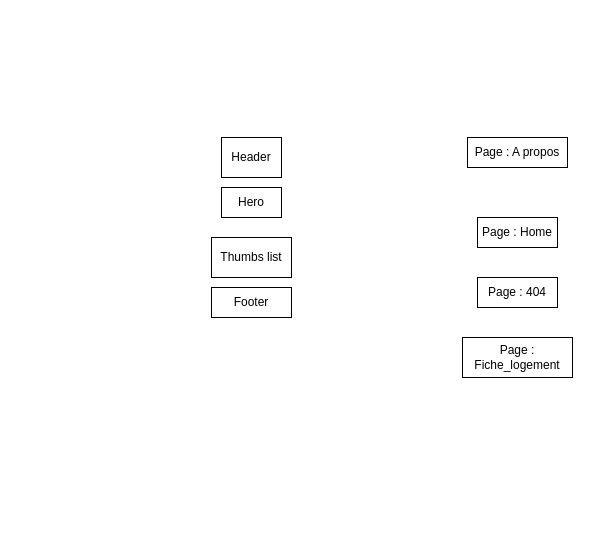
Earlier version of the draw.io diagram Diagramme.drawio (Willy-tec/WastiauxWilliam_11_24-07-2021). Source tidied: cells renumbered, new cells numbered last; positions are measured from the earlier drawing's top-left corner, leaving out a move shared by most shapes. Both pictures are drawn from the tidied source at 100%, with x=0, y=0 at pixel (211, 137).
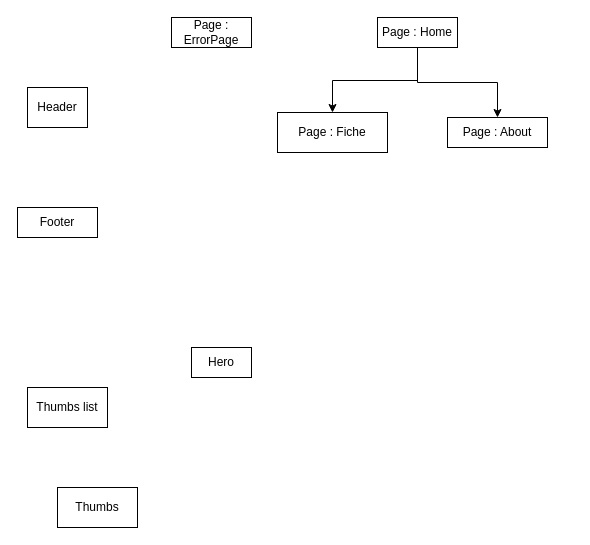
After the change.

The edit, as a diff of the source:
```diff
@@
 <mxGraphModel>
   <root>
     <mxCell id="0" />
     <mxCell id="1" parent="0" />
     <mxCell id="2" value="Header" style="rounded=0;whiteSpace=wrap;html=1;" parent="1" vertex="1">
-      <mxGeometry x="10" width="60" height="40" as="geometry" />
+      <mxGeometry x="-184" y="-50" width="60" height="40" as="geometry" />
     </mxCell>
     <mxCell id="3" value="Hero" style="rounded=0;whiteSpace=wrap;html=1;" parent="1" vertex="1">
-      <mxGeometry x="10" y="50" width="60" height="30" as="geometry" />
+      <mxGeometry x="-20" y="210" width="60" height="30" as="geometry" />
     </mxCell>
     <mxCell id="4" value="Thumbs list" style="rounded=0;whiteSpace=wrap;html=1;" parent="1" vertex="1">
-      <mxGeometry y="100" width="80" height="40" as="geometry" />
+      <mxGeometry x="-184" y="250" width="80" height="40" as="geometry" />
     </mxCell>
     <mxCell id="5" value="Footer" style="rounded=0;whiteSpace=wrap;html=1;" parent="1" vertex="1">
-      <mxGeometry y="150" width="80" height="30" as="geometry" />
+      <mxGeometry x="-194" y="70" width="80" height="30" as="geometry" />
     </mxCell>
-    <mxCell id="6" value="Page : A propos" style="rounded=0;whiteSpace=wrap;html=1;" parent="1" vertex="1">
-      <mxGeometry x="256" width="100" height="30" as="geometry" />
+    <mxCell id="6" value="Page : About" style="rounded=0;whiteSpace=wrap;html=1;" parent="1" vertex="1">
+      <mxGeometry x="236" y="-20" width="100" height="30" as="geometry" />
     </mxCell>
+    <mxCell id="10" style="edgeStyle=orthogonalEdgeStyle;rounded=0;jettySize=auto;html=1;entryX=0.5;entryY=0;entryDx=0;entryDy=0;" parent="1" edge="1" source="7" target="9">
+      <mxGeometry relative="1" as="geometry">
+        <Array as="points">
+          <mxPoint x="206" y="-57" />
+          <mxPoint x="121" y="-57" />
+        </Array>
+      </mxGeometry>
+    </mxCell>
+    <mxCell id="11" style="edgeStyle=orthogonalEdgeStyle;rounded=0;jettySize=auto;html=1;entryX=0.5;entryY=0;entryDx=0;entryDy=0;" parent="1" edge="1" source="7" target="6">
+      <mxGeometry relative="1" as="geometry">
+        <Array as="points">
+          <mxPoint x="206" y="-55" />
+          <mxPoint x="286" y="-55" />
+        </Array>
+      </mxGeometry>
+    </mxCell>
     <mxCell id="7" value="Page : Home" style="rounded=0;whiteSpace=wrap;html=1;" parent="1" vertex="1">
-      <mxGeometry x="266" y="80" width="80" height="30" as="geometry" />
+      <mxGeometry x="166" y="-120" width="80" height="30" as="geometry" />
     </mxCell>
-    <mxCell id="8" value="Page : 404" style="rounded=0;whiteSpace=wrap;html=1;" parent="1" vertex="1">
-      <mxGeometry x="266" y="140" width="80" height="30" as="geometry" />
+    <mxCell id="8" value="Page : ErrorPage" style="rounded=0;whiteSpace=wrap;html=1;" parent="1" vertex="1">
+      <mxGeometry x="-40" y="-120" width="80" height="30" as="geometry" />
     </mxCell>
-    <mxCell id="9" value="Page : Fiche_logement" style="rounded=0;whiteSpace=wrap;html=1;" parent="1" vertex="1">
-      <mxGeometry x="251" y="200" width="110" height="40" as="geometry" />
+    <mxCell id="9" value="Page : Fiche" style="rounded=0;whiteSpace=wrap;html=1;" parent="1" vertex="1">
+      <mxGeometry x="66" y="-25" width="110" height="40" as="geometry" />
     </mxCell>
+    <mxCell id="12" value="Thumbs" style="rounded=0;whiteSpace=wrap;html=1;" parent="1" vertex="1">
+      <mxGeometry x="-154" y="350" width="80" height="40" as="geometry" />
+    </mxCell>
   </root>
 </mxGraphModel>
```
